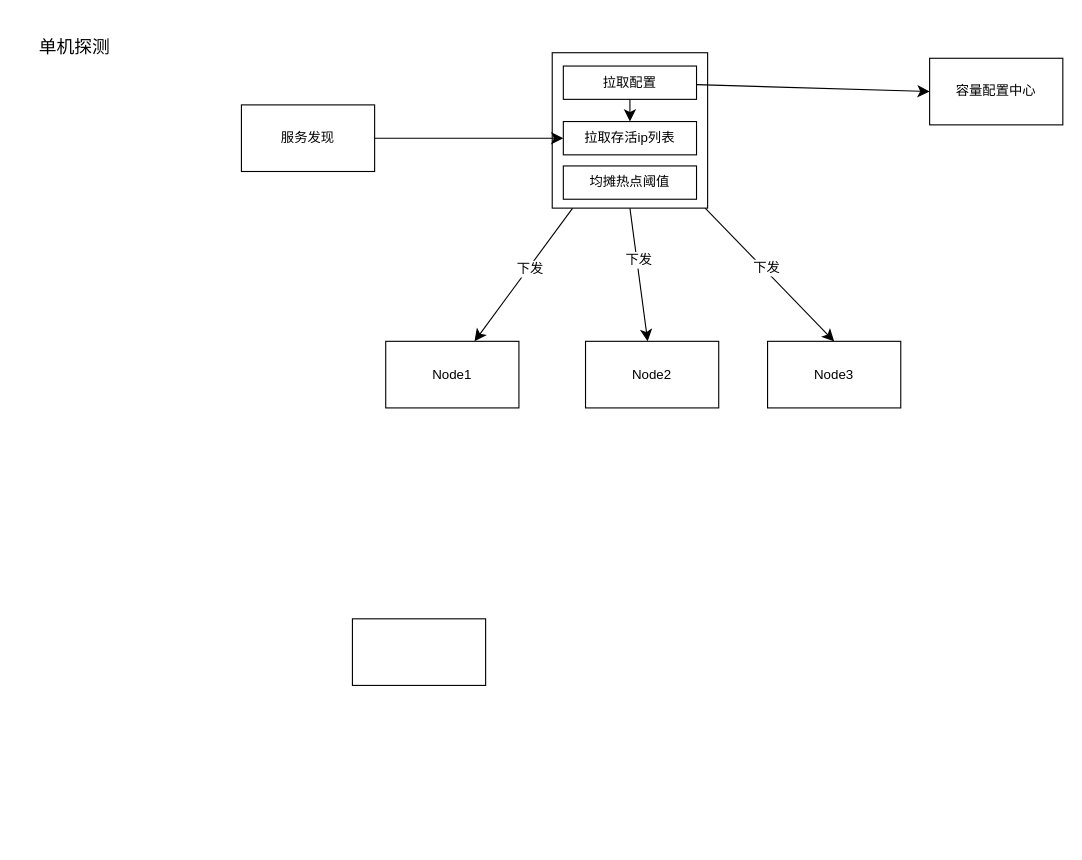
Before: 未命名绘图.drawio in codingWhat/drawio, a draw.io diagram. Source tidied: cells renumbered, new cells numbered last; positions are measured from the earlier drawing's top-left corner, leaving out a move shared by most shapes. Both pictures are drawn from the tidied source at 111%, with x=0, y=0 at pixel (19, 19).
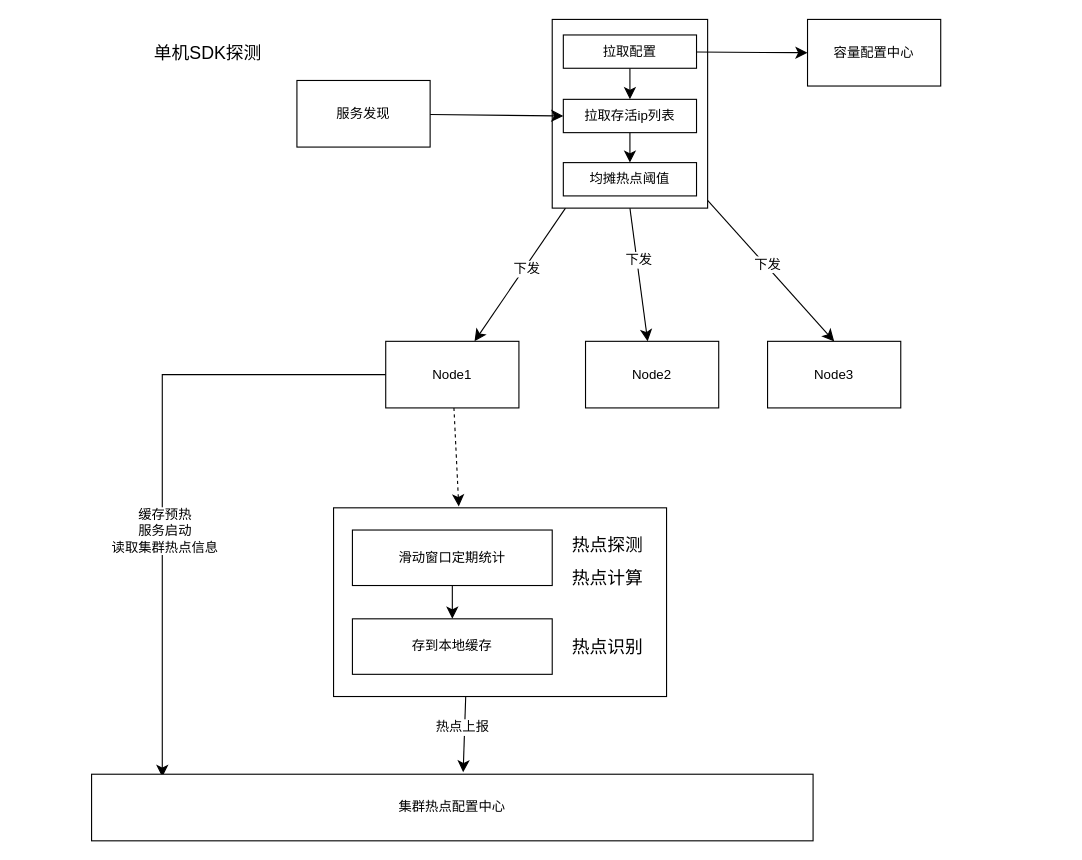
Above is the later version.

Commit message:
更新未命名绘图.drawio

Unchanged cells that the change refers to:
```xml
<mxCell id="9" value="Node1" style="rounded=0;whiteSpace=wrap;html=1;" parent="1" vertex="1">
  <mxGeometry x="330" y="290" width="120" height="60" as="geometry" />
</mxCell>
```

Diff of the diagram source:
```diff
@@
     <mxCell id="8" style="rounded=0;whiteSpace=wrap;html=1;" parent="1" vertex="1">
-      <mxGeometry x="480" y="30" width="140" height="140" as="geometry" />
+      <mxGeometry x="480" width="140" height="170" as="geometry" />
     </mxCell>
+    <mxCell id="22" style="edgeStyle=none;curved=1;rounded=0;jettySize=auto;html=1;entryX=0.376;entryY=-0.007;entryDx=0;entryDy=0;fontSize=12;startSize=8;endSize=8;dashed=1;entryPerimeter=0;" parent="1" edge="1" source="9" target="28">
+      <mxGeometry relative="1" as="geometry" />
+    </mxCell>
+    <mxCell id="23" style="edgeStyle=orthogonalEdgeStyle;rounded=0;jettySize=auto;html=1;fontSize=12;startSize=8;endSize=8;entryX=0.098;entryY=0.043;entryDx=0;entryDy=0;entryPerimeter=0;exitX=0;exitY=0.5;exitDx=0;exitDy=0;" parent="1" edge="1" source="9" target="32">
+      <mxGeometry relative="1" as="geometry">
+        <Array as="points">
+          <mxPoint x="129" y="320" />
+        </Array>
+      </mxGeometry>
+    </mxCell>
+    <mxCell id="24" value="缓存预热&lt;br&gt;服务启动&lt;br&gt;读取集群热点信息" style="edgeLabel;html=1;align=center;verticalAlign=middle;fontSize=12;" parent="23" vertex="1">
+      <mxGeometry x="0.09" y="2" relative="1" as="geometry">
+        <mxPoint y="35" as="offset" />
+      </mxGeometry>
+    </mxCell>
@@
     <mxCell id="13" value="服务发现" style="rounded=0;whiteSpace=wrap;html=1;" parent="1" vertex="1">
-      <mxGeometry x="200" y="77" width="120" height="60" as="geometry" />
+      <mxGeometry x="250" y="55" width="120" height="60" as="geometry" />
     </mxCell>
@@
     <mxCell id="16" value="拉取配置" style="rounded=0;whiteSpace=wrap;html=1;" parent="1" vertex="1">
-      <mxGeometry x="490" y="42" width="120" height="30" as="geometry" />
+      <mxGeometry x="490" y="14" width="120" height="30" as="geometry" />
     </mxCell>
     <mxCell id="17" value="容量配置中心" style="rounded=0;whiteSpace=wrap;html=1;" parent="1" vertex="1">
-      <mxGeometry x="820" y="35" width="120" height="60" as="geometry" />
+      <mxGeometry x="710" width="120" height="60" as="geometry" />
     </mxCell>
+    <mxCell id="25" style="edgeStyle=none;curved=1;rounded=0;jettySize=auto;html=1;entryX=0.5;entryY=0;entryDx=0;entryDy=0;fontSize=12;startSize=8;endSize=8;" parent="1" edge="1" source="18" target="19">
+      <mxGeometry relative="1" as="geometry" />
+    </mxCell>
     <mxCell id="18" value="拉取存活ip列表" style="rounded=0;whiteSpace=wrap;html=1;" parent="1" vertex="1">
-      <mxGeometry x="490" y="92" width="120" height="30" as="geometry" />
+      <mxGeometry x="490" y="72" width="120" height="30" as="geometry" />
     </mxCell>
     <mxCell id="19" value="均摊热点阈值" style="rounded=0;whiteSpace=wrap;html=1;" parent="1" vertex="1">
-      <mxGeometry x="490" y="132" width="120" height="30" as="geometry" />
+      <mxGeometry x="490" y="129" width="120" height="30" as="geometry" />
     </mxCell>
-    <mxCell id="20" style="rounded=0;whiteSpace=wrap;html=1;" parent="1" vertex="1">
-      <mxGeometry x="300" y="540" width="120" height="60" as="geometry" />
-    </mxCell>
-    <mxCell id="21" value="单机探测" style="text;html=1;align=center;verticalAlign=middle;whiteSpace=wrap;rounded=0;fontSize=16;" parent="1" vertex="1">
-      <mxGeometry width="100" height="50" as="geometry" />
+    <mxCell id="21" value="单机SDK探测" style="text;html=1;align=center;verticalAlign=middle;whiteSpace=wrap;rounded=0;fontSize=16;" parent="1" vertex="1">
+      <mxGeometry x="120" y="5" width="100" height="50" as="geometry" />
     </mxCell>
+    <mxCell id="26" style="edgeStyle=none;curved=1;rounded=0;jettySize=auto;html=1;fontSize=12;startSize=8;endSize=8;exitX=0.397;exitY=0.993;exitDx=0;exitDy=0;exitPerimeter=0;entryX=0.515;entryY=-0.028;entryDx=0;entryDy=0;entryPerimeter=0;" parent="1" edge="1" source="28" target="32">
+      <mxGeometry relative="1" as="geometry" />
+    </mxCell>
+    <mxCell id="27" value="热点上报" style="edgeLabel;html=1;align=center;verticalAlign=middle;fontSize=12;" parent="26" vertex="1">
+      <mxGeometry x="-0.16" y="-3" relative="1" as="geometry" />
+    </mxCell>
+    <mxCell id="28" style="rounded=0;whiteSpace=wrap;html=1;" parent="1" vertex="1">
+      <mxGeometry x="283" y="440" width="300" height="170" as="geometry" />
+    </mxCell>
+    <mxCell id="29" style="edgeStyle=none;curved=1;rounded=0;jettySize=auto;html=1;fontSize=12;startSize=8;endSize=8;" parent="1" edge="1" source="30" target="31">
+      <mxGeometry relative="1" as="geometry" />
+    </mxCell>
+    <mxCell id="30" value="滑动窗口定期统计" style="rounded=0;whiteSpace=wrap;html=1;" parent="1" vertex="1">
+      <mxGeometry x="300" y="460" width="180" height="50" as="geometry" />
+    </mxCell>
+    <mxCell id="31" value="存到本地缓存" style="rounded=0;whiteSpace=wrap;html=1;" parent="1" vertex="1">
+      <mxGeometry x="300" y="540" width="180" height="50" as="geometry" />
+    </mxCell>
+    <mxCell id="32" value="集群热点配置中心" style="whiteSpace=wrap;html=1;rounded=0;" parent="1" vertex="1">
+      <mxGeometry x="65" y="680" width="650" height="60" as="geometry" />
+    </mxCell>
+    <mxCell id="33" value="热点计算" style="text;html=1;align=center;verticalAlign=middle;whiteSpace=wrap;rounded=0;fontSize=16;" parent="1" vertex="1">
+      <mxGeometry x="490" y="488" width="80" height="30" as="geometry" />
+    </mxCell>
+    <mxCell id="34" value="热点探测" style="text;html=1;align=center;verticalAlign=middle;whiteSpace=wrap;rounded=0;fontSize=16;" parent="1" vertex="1">
+      <mxGeometry x="490" y="458" width="80" height="30" as="geometry" />
+    </mxCell>
+    <mxCell id="35" value="热点识别" style="text;html=1;align=center;verticalAlign=middle;whiteSpace=wrap;rounded=0;fontSize=16;" parent="1" vertex="1">
+      <mxGeometry x="490" y="550" width="80" height="30" as="geometry" />
+    </mxCell>
```
